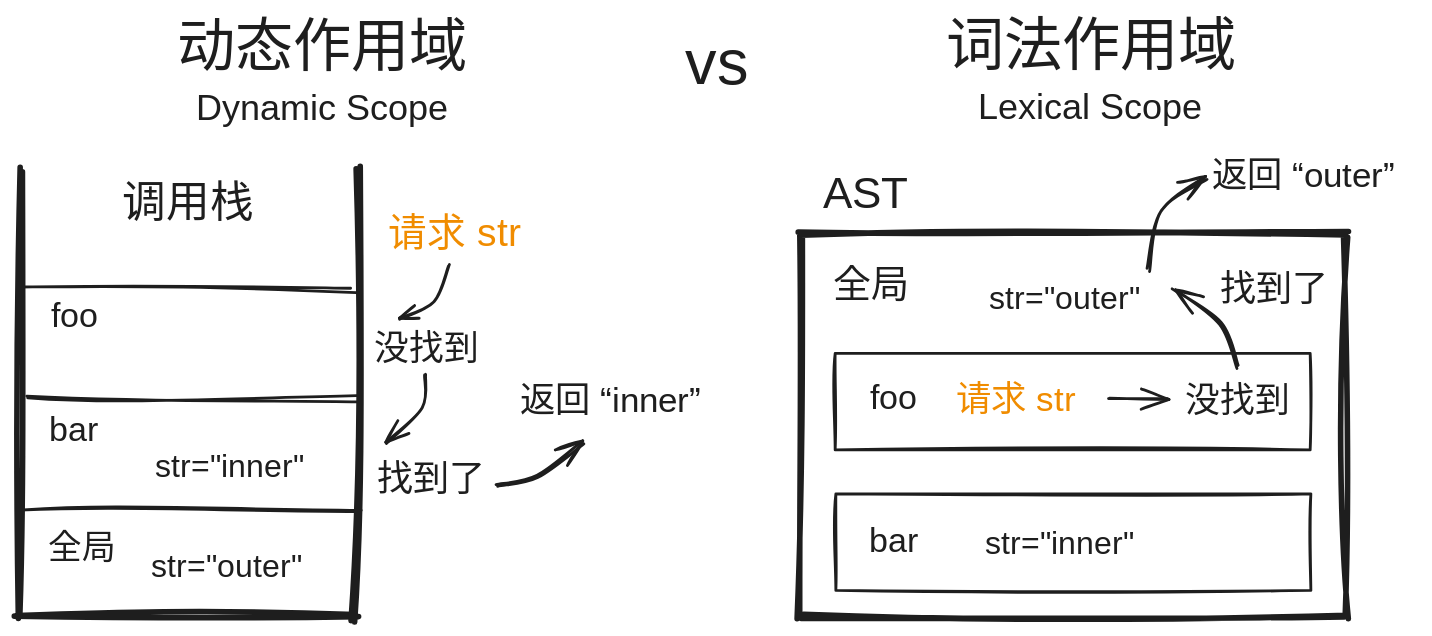
The Excalidraw diagram 前端相关/深入JavaScript/images/dynamic-vs-lexical-scope.svg in Linho1219/LinhoNotes, before a commit. Source tidied: one line per element, renumbered; positions are measured from the earlier drawing's top-left corner, leaving out a move shared by most shapes. Its diagram source:
```json
{"id": 0, "type": "line", "strokeColor": "#1e1e1e", "strokeWidth": 2, "roughness": 2, "x": 3, "y": 354, "width": 242, "height": 1, "points": [[0, 0], [242, 1]]}
{"id": 1, "type": "text", "text": "调用栈", "strokeColor": "#1e1e1e", "strokeWidth": 2, "roughness": 2, "fontSize": 31.2, "fontFamily": 5, "x": 76, "y": 117, "width": 94, "height": 39}
{"id": 2, "type": "text", "text": "全局", "strokeColor": "#1e1e1e", "strokeWidth": 2, "roughness": 2, "fontSize": 24, "fontFamily": 5, "x": 22, "y": 368, "width": 48, "height": 30}
{"id": 3, "type": "text", "text": "str=\"outer\"", "strokeColor": "#1e1e1e", "strokeWidth": 2, "roughness": 2, "fontSize": 22.8, "fontFamily": 5, "x": 96, "y": 382, "width": 123, "height": 28}
{"id": 4, "type": "line", "strokeColor": "#1e1e1e", "strokeWidth": 2, "roughness": 2, "x": 8, "y": 275, "width": 236, "height": 0, "points": [[0, 0], [236, 0]]}
{"id": 5, "type": "text", "text": "bar", "strokeColor": "#1e1e1e", "strokeWidth": 2, "roughness": 2, "fontSize": 24, "fontFamily": 5, "x": 24, "y": 284, "width": 37, "height": 30}
{"id": 6, "type": "text", "text": "str=\"inner\"", "strokeColor": "#1e1e1e", "strokeWidth": 2, "roughness": 2, "fontSize": 23.2, "fontFamily": 5, "x": 99, "y": 310, "width": 125, "height": 29}
{"id": 7, "type": "line", "strokeColor": "#1e1e1e", "strokeWidth": 2, "roughness": 2, "x": 4, "y": 197, "width": 236, "height": 0, "points": [[0, 0], [236, 0]]}
{"id": 8, "type": "text", "text": "foo", "strokeColor": "#1e1e1e", "strokeWidth": 2, "roughness": 2, "fontSize": 24, "fontFamily": 5, "x": 24, "y": 202, "width": 41, "height": 30}
{"id": 9, "type": "line", "strokeColor": "#1e1e1e", "strokeWidth": 4, "roughness": 2, "x": 0, "y": 430, "width": 242, "height": 1, "points": [[0, 0], [242, 1]]}
{"id": 10, "type": "line", "strokeColor": "#1e1e1e", "strokeWidth": 4, "roughness": 2, "x": 242, "y": 435, "width": 3, "height": 326, "points": [[0, 0], [3, -326]]}
{"id": 11, "type": "line", "strokeColor": "#1e1e1e", "strokeWidth": 4, "roughness": 2, "x": 3, "y": 430, "width": 0, "height": 318, "points": [[0, 0], [0, -318]]}
{"id": 12, "type": "text", "text": "请求 str", "strokeColor": "#f08c00", "strokeWidth": 4, "roughness": 2, "fontSize": 27.6, "fontFamily": 5, "x": 266, "y": 142, "width": 108, "height": 34}
{"id": 13, "type": "arrow", "strokeColor": "#1e1e1e", "strokeWidth": 2, "roughness": 1, "endArrowhead": "arrow", "round": true, "from": 12, "to": 15, "x": 309, "y": 179, "width": 36, "height": 38, "points": [[0, 0], [-10, 26], [-36, 38]]}
{"id": 14, "type": "arrow", "strokeColor": "#1e1e1e", "strokeWidth": 2, "roughness": 1, "endArrowhead": "arrow", "round": true, "from": 15, "x": 292, "y": 258, "width": 28, "height": 48, "points": [[0, 0], [-2, 24], [-28, 48]]}
{"id": 15, "type": "text", "text": "没找到", "strokeColor": "#1e1e1e", "strokeWidth": 2, "roughness": 1, "fontSize": 24.8, "fontFamily": 5, "x": 256, "y": 225, "width": 77, "height": 31}
{"id": 16, "type": "text", "text": "找到了", "strokeColor": "#1e1e1e", "strokeWidth": 2, "roughness": 1, "fontSize": 25.77, "fontFamily": 5, "x": 258, "y": 318, "width": 77, "height": 32}
{"id": 17, "type": "arrow", "strokeColor": "#1e1e1e", "strokeWidth": 2, "roughness": 1, "endArrowhead": "arrow", "round": true, "from": 16, "x": 343, "y": 338, "width": 62, "height": 31, "points": [[0, 0], [28, -7], [62, -31]]}
{"id": 18, "type": "text", "text": "返回 “inner”", "strokeColor": "#1e1e1e", "strokeWidth": 2, "roughness": 1, "fontSize": 25.2, "fontFamily": 5, "x": 360, "y": 262, "width": 138, "height": 31}
{"id": 19, "type": "text", "text": "动态作用域", "strokeColor": "#1e1e1e", "strokeWidth": 2, "roughness": 1, "fontSize": 41.6, "fontFamily": 5, "textAlign": "center", "x": 114, "y": 1, "width": 208, "height": 52}
{"id": 20, "type": "text", "text": "Dynamic Scope", "strokeColor": "#1e1e1e", "strokeWidth": 2, "roughness": 1, "fontSize": 25.6, "fontFamily": 5, "textAlign": "center", "x": 128, "y": 53, "width": 180, "height": 32}
{"id": 21, "type": "text", "text": "词法作用域", "strokeColor": "#1e1e1e", "strokeWidth": 2, "roughness": 1, "fontSize": 41.6, "fontFamily": 5, "textAlign": "center", "x": 664, "y": 0, "width": 208, "height": 52}
{"id": 22, "type": "text", "text": "Lexical Scope", "strokeColor": "#1e1e1e", "strokeWidth": 2, "roughness": 1, "fontSize": 25.6, "fontFamily": 5, "textAlign": "center", "x": 686, "y": 52, "width": 164, "height": 32}
{"id": 23, "type": "text", "text": "vs", "strokeColor": "#1e1e1e", "strokeWidth": 2, "roughness": 1, "fontSize": 44.8, "fontFamily": 5, "textAlign": "center", "x": 477, "y": 11, "width": 48, "height": 56}
{"id": 24, "type": "rectangle", "strokeColor": "#1e1e1e", "strokeWidth": 4, "roughness": 2, "x": 561, "y": 158, "width": 389, "height": 273}
{"id": 25, "type": "text", "text": "全局", "strokeColor": "#1e1e1e", "strokeWidth": 2, "roughness": 1, "fontSize": 27.2, "fontFamily": 5, "textAlign": "center", "x": 584, "y": 178, "width": 54, "height": 34}
{"id": 26, "type": "text", "text": "str=\"outer\"", "strokeColor": "#1e1e1e", "strokeWidth": 2, "roughness": 2, "fontSize": 22.8, "fontFamily": 5, "x": 695, "y": 190, "width": 123, "height": 28}
{"id": 27, "type": "rectangle", "strokeColor": "#1e1e1e", "strokeWidth": 2, "roughness": 1, "x": 585, "y": 243, "width": 340, "height": 69}
{"id": 28, "type": "text", "text": "foo", "strokeColor": "#1e1e1e", "strokeWidth": 2, "roughness": 2, "fontSize": 24, "fontFamily": 5, "x": 610, "y": 261, "width": 41, "height": 30}
{"id": 29, "type": "text", "text": "请求 str", "strokeColor": "#f08c00", "strokeWidth": 4, "roughness": 2, "fontSize": 25.3, "fontFamily": 5, "x": 672, "y": 262, "width": 99, "height": 32}
{"id": 30, "type": "text", "text": "没找到", "strokeColor": "#1e1e1e", "strokeWidth": 2, "roughness": 1, "fontSize": 24.8, "fontFamily": 5, "x": 835, "y": 262, "width": 77, "height": 31}
{"id": 31, "type": "text", "text": "找到了", "strokeColor": "#1e1e1e", "strokeWidth": 2, "roughness": 1, "fontSize": 25.77, "fontFamily": 5, "x": 860, "y": 183, "width": 77, "height": 32}
{"id": 32, "type": "rectangle", "strokeColor": "#1e1e1e", "strokeWidth": 2, "roughness": 1, "x": 586, "y": 343, "width": 340, "height": 69}
{"id": 33, "type": "text", "text": "str=\"inner\"", "strokeColor": "#1e1e1e", "strokeWidth": 2, "roughness": 2, "fontSize": 23.2, "fontFamily": 5, "x": 692, "y": 366, "width": 125, "height": 29}
{"id": 34, "type": "text", "text": "bar", "strokeColor": "#1e1e1e", "strokeWidth": 2, "roughness": 2, "fontSize": 24, "fontFamily": 5, "x": 609, "y": 363, "width": 37, "height": 30}
{"id": 35, "type": "arrow", "strokeColor": "#1e1e1e", "strokeWidth": 2, "roughness": 1, "endArrowhead": "arrow", "round": true, "from": 29, "to": 30, "x": 781, "y": 274, "width": 42, "height": 1, "points": [[0, 0], [42, 1]]}
{"id": 36, "type": "arrow", "strokeColor": "#1e1e1e", "strokeWidth": 2, "roughness": 1, "endArrowhead": "arrow", "round": true, "from": 30, "to": 26, "x": 872, "y": 252, "width": 45, "height": 54, "points": [[0, 0], [-11, -32], [-45, -54]]}
{"id": 37, "type": "text", "text": "返回 “outer”", "strokeColor": "#1e1e1e", "strokeWidth": 2, "roughness": 1, "fontSize": 25.2, "fontFamily": 5, "x": 854, "y": 102, "width": 147, "height": 31}
{"id": 38, "type": "arrow", "strokeColor": "#1e1e1e", "strokeWidth": 2, "roughness": 1, "endArrowhead": "arrow", "round": true, "from": 26, "to": 37, "x": 809, "y": 182, "width": 43, "height": 64, "points": [[0, 0], [9, -41], [43, -64]]}
{"id": 39, "type": "text", "text": "AST", "strokeColor": "#1e1e1e", "strokeWidth": 2, "roughness": 2, "fontSize": 31.2, "fontFamily": 5, "x": 576, "y": 111, "width": 67, "height": 39}
```
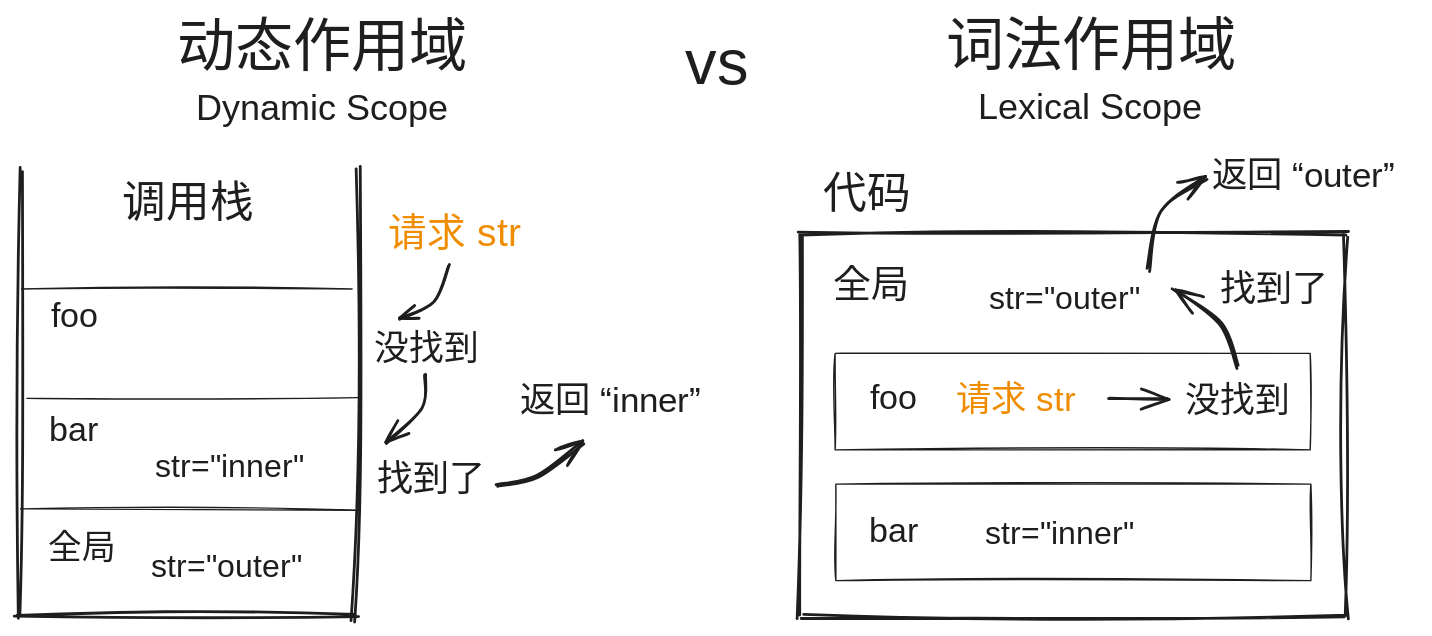
Later version of the same file.

The edit, as a diff of the source:
```diff
@@ -1,15 +1,15 @@
-{"id": 0, "type": "line", "strokeColor": "#1e1e1e", "strokeWidth": 2, "roughness": 2, "x": 3, "y": 354, "width": 242, "height": 1, "points": [[0, 0], [242, 1]]}
+{"id": 0, "type": "line", "strokeColor": "#1e1e1e", "strokeWidth": 1, "roughness": 1, "x": 3, "y": 354, "width": 242, "height": 1, "points": [[0, 0], [242, 1]]}
 {"id": 1, "type": "text", "text": "调用栈", "strokeColor": "#1e1e1e", "strokeWidth": 2, "roughness": 2, "fontSize": 31.2, "fontFamily": 5, "x": 76, "y": 117, "width": 94, "height": 39}
 {"id": 2, "type": "text", "text": "全局", "strokeColor": "#1e1e1e", "strokeWidth": 2, "roughness": 2, "fontSize": 24, "fontFamily": 5, "x": 22, "y": 368, "width": 48, "height": 30}
 {"id": 3, "type": "text", "text": "str=\"outer\"", "strokeColor": "#1e1e1e", "strokeWidth": 2, "roughness": 2, "fontSize": 22.8, "fontFamily": 5, "x": 96, "y": 382, "width": 123, "height": 28}
-{"id": 4, "type": "line", "strokeColor": "#1e1e1e", "strokeWidth": 2, "roughness": 2, "x": 8, "y": 275, "width": 236, "height": 0, "points": [[0, 0], [236, 0]]}
+{"id": 4, "type": "line", "strokeColor": "#1e1e1e", "strokeWidth": 1, "roughness": 1, "x": 8, "y": 275, "width": 236, "height": 0, "points": [[0, 0], [236, 0]]}
 {"id": 5, "type": "text", "text": "bar", "strokeColor": "#1e1e1e", "strokeWidth": 2, "roughness": 2, "fontSize": 24, "fontFamily": 5, "x": 24, "y": 284, "width": 37, "height": 30}
 {"id": 6, "type": "text", "text": "str=\"inner\"", "strokeColor": "#1e1e1e", "strokeWidth": 2, "roughness": 2, "fontSize": 23.2, "fontFamily": 5, "x": 99, "y": 310, "width": 125, "height": 29}
-{"id": 7, "type": "line", "strokeColor": "#1e1e1e", "strokeWidth": 2, "roughness": 2, "x": 4, "y": 197, "width": 236, "height": 0, "points": [[0, 0], [236, 0]]}
+{"id": 7, "type": "line", "strokeColor": "#1e1e1e", "strokeWidth": 1, "roughness": 1, "x": 4, "y": 197, "width": 236, "height": 0, "points": [[0, 0], [236, 0]]}
 {"id": 8, "type": "text", "text": "foo", "strokeColor": "#1e1e1e", "strokeWidth": 2, "roughness": 2, "fontSize": 24, "fontFamily": 5, "x": 24, "y": 202, "width": 41, "height": 30}
-{"id": 9, "type": "line", "strokeColor": "#1e1e1e", "strokeWidth": 4, "roughness": 2, "x": 0, "y": 430, "width": 242, "height": 1, "points": [[0, 0], [242, 1]]}
+{"id": 9, "type": "line", "strokeColor": "#1e1e1e", "strokeWidth": 2, "roughness": 2, "x": 0, "y": 430, "width": 242, "height": 1, "points": [[0, 0], [242, 1]]}
-{"id": 10, "type": "line", "strokeColor": "#1e1e1e", "strokeWidth": 4, "roughness": 2, "x": 242, "y": 435, "width": 3, "height": 326, "points": [[0, 0], [3, -326]]}
+{"id": 10, "type": "line", "strokeColor": "#1e1e1e", "strokeWidth": 2, "roughness": 2, "x": 242, "y": 435, "width": 3, "height": 326, "points": [[0, 0], [3, -326]]}
-{"id": 11, "type": "line", "strokeColor": "#1e1e1e", "strokeWidth": 4, "roughness": 2, "x": 3, "y": 430, "width": 0, "height": 318, "points": [[0, 0], [0, -318]]}
+{"id": 11, "type": "line", "strokeColor": "#1e1e1e", "strokeWidth": 2, "roughness": 2, "x": 3, "y": 430, "width": 0, "height": 318, "points": [[0, 0], [0, -318]]}
 {"id": 12, "type": "text", "text": "请求 str", "strokeColor": "#f08c00", "strokeWidth": 4, "roughness": 2, "fontSize": 27.6, "fontFamily": 5, "x": 266, "y": 142, "width": 108, "height": 34}
 {"id": 13, "type": "arrow", "strokeColor": "#1e1e1e", "strokeWidth": 2, "roughness": 1, "endArrowhead": "arrow", "round": true, "from": 12, "to": 15, "x": 309, "y": 179, "width": 36, "height": 38, "points": [[0, 0], [-10, 26], [-36, 38]]}
 {"id": 14, "type": "arrow", "strokeColor": "#1e1e1e", "strokeWidth": 2, "roughness": 1, "endArrowhead": "arrow", "round": true, "from": 15, "x": 292, "y": 258, "width": 28, "height": 48, "points": [[0, 0], [-2, 24], [-28, 48]]}
@@ -22,19 +22,19 @@
 {"id": 21, "type": "text", "text": "词法作用域", "strokeColor": "#1e1e1e", "strokeWidth": 2, "roughness": 1, "fontSize": 41.6, "fontFamily": 5, "textAlign": "center", "x": 664, "y": 0, "width": 208, "height": 52}
 {"id": 22, "type": "text", "text": "Lexical Scope", "strokeColor": "#1e1e1e", "strokeWidth": 2, "roughness": 1, "fontSize": 25.6, "fontFamily": 5, "textAlign": "center", "x": 686, "y": 52, "width": 164, "height": 32}
 {"id": 23, "type": "text", "text": "vs", "strokeColor": "#1e1e1e", "strokeWidth": 2, "roughness": 1, "fontSize": 44.8, "fontFamily": 5, "textAlign": "center", "x": 477, "y": 11, "width": 48, "height": 56}
-{"id": 24, "type": "rectangle", "strokeColor": "#1e1e1e", "strokeWidth": 4, "roughness": 2, "x": 561, "y": 158, "width": 389, "height": 273}
+{"id": 24, "type": "rectangle", "strokeColor": "#1e1e1e", "strokeWidth": 2, "roughness": 2, "x": 561, "y": 158, "width": 389, "height": 273}
 {"id": 25, "type": "text", "text": "全局", "strokeColor": "#1e1e1e", "strokeWidth": 2, "roughness": 1, "fontSize": 27.2, "fontFamily": 5, "textAlign": "center", "x": 584, "y": 178, "width": 54, "height": 34}
 {"id": 26, "type": "text", "text": "str=\"outer\"", "strokeColor": "#1e1e1e", "strokeWidth": 2, "roughness": 2, "fontSize": 22.8, "fontFamily": 5, "x": 695, "y": 190, "width": 123, "height": 28}
-{"id": 27, "type": "rectangle", "strokeColor": "#1e1e1e", "strokeWidth": 2, "roughness": 1, "x": 585, "y": 243, "width": 340, "height": 69}
+{"id": 27, "type": "rectangle", "strokeColor": "#1e1e1e", "strokeWidth": 1, "roughness": 1, "x": 585, "y": 243, "width": 340, "height": 69}
 {"id": 28, "type": "text", "text": "foo", "strokeColor": "#1e1e1e", "strokeWidth": 2, "roughness": 2, "fontSize": 24, "fontFamily": 5, "x": 610, "y": 261, "width": 41, "height": 30}
 {"id": 29, "type": "text", "text": "请求 str", "strokeColor": "#f08c00", "strokeWidth": 4, "roughness": 2, "fontSize": 25.3, "fontFamily": 5, "x": 672, "y": 262, "width": 99, "height": 32}
 {"id": 30, "type": "text", "text": "没找到", "strokeColor": "#1e1e1e", "strokeWidth": 2, "roughness": 1, "fontSize": 24.8, "fontFamily": 5, "x": 835, "y": 262, "width": 77, "height": 31}
 {"id": 31, "type": "text", "text": "找到了", "strokeColor": "#1e1e1e", "strokeWidth": 2, "roughness": 1, "fontSize": 25.77, "fontFamily": 5, "x": 860, "y": 183, "width": 77, "height": 32}
-{"id": 32, "type": "rectangle", "strokeColor": "#1e1e1e", "strokeWidth": 2, "roughness": 1, "x": 586, "y": 343, "width": 340, "height": 69}
+{"id": 32, "type": "rectangle", "strokeColor": "#1e1e1e", "strokeWidth": 1, "roughness": 1, "x": 586, "y": 336, "width": 340, "height": 69}
-{"id": 33, "type": "text", "text": "str=\"inner\"", "strokeColor": "#1e1e1e", "strokeWidth": 2, "roughness": 2, "fontSize": 23.2, "fontFamily": 5, "x": 692, "y": 366, "width": 125, "height": 29}
+{"id": 33, "type": "text", "text": "str=\"inner\"", "strokeColor": "#1e1e1e", "strokeWidth": 2, "roughness": 2, "fontSize": 23.2, "fontFamily": 5, "x": 692, "y": 359, "width": 125, "height": 29}
-{"id": 34, "type": "text", "text": "bar", "strokeColor": "#1e1e1e", "strokeWidth": 2, "roughness": 2, "fontSize": 24, "fontFamily": 5, "x": 609, "y": 363, "width": 37, "height": 30}
+{"id": 34, "type": "text", "text": "bar", "strokeColor": "#1e1e1e", "strokeWidth": 2, "roughness": 2, "fontSize": 24, "fontFamily": 5, "x": 609, "y": 356, "width": 37, "height": 30}
 {"id": 35, "type": "arrow", "strokeColor": "#1e1e1e", "strokeWidth": 2, "roughness": 1, "endArrowhead": "arrow", "round": true, "from": 29, "to": 30, "x": 781, "y": 274, "width": 42, "height": 1, "points": [[0, 0], [42, 1]]}
 {"id": 36, "type": "arrow", "strokeColor": "#1e1e1e", "strokeWidth": 2, "roughness": 1, "endArrowhead": "arrow", "round": true, "from": 30, "to": 26, "x": 872, "y": 252, "width": 45, "height": 54, "points": [[0, 0], [-11, -32], [-45, -54]]}
 {"id": 37, "type": "text", "text": "返回 “outer”", "strokeColor": "#1e1e1e", "strokeWidth": 2, "roughness": 1, "fontSize": 25.2, "fontFamily": 5, "x": 854, "y": 102, "width": 147, "height": 31}
 {"id": 38, "type": "arrow", "strokeColor": "#1e1e1e", "strokeWidth": 2, "roughness": 1, "endArrowhead": "arrow", "round": true, "from": 26, "to": 37, "x": 809, "y": 182, "width": 43, "height": 64, "points": [[0, 0], [9, -41], [43, -64]]}
-{"id": 39, "type": "text", "text": "AST", "strokeColor": "#1e1e1e", "strokeWidth": 2, "roughness": 2, "fontSize": 31.2, "fontFamily": 5, "x": 576, "y": 111, "width": 67, "height": 39}
+{"id": 39, "type": "text", "text": "代码", "strokeColor": "#1e1e1e", "strokeWidth": 2, "roughness": 2, "fontSize": 31.2, "fontFamily": 5, "x": 576, "y": 111, "width": 62, "height": 39}
```
